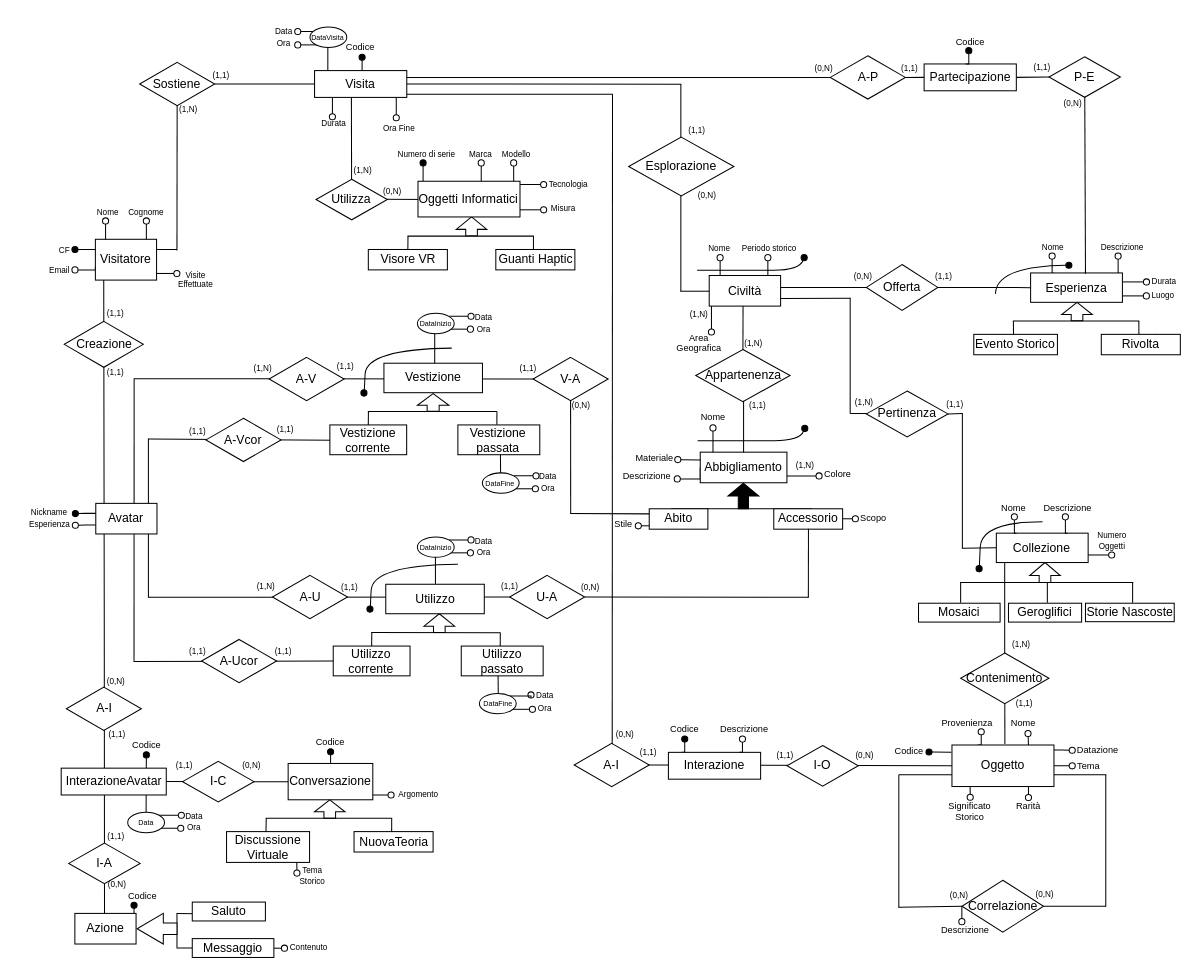
Above: WP1/ER.drawio in pnocerino/BasiDiDati (draw.io), before the change. Source tidied: cells renumbered, new cells numbered last; positions are measured from the earlier drawing's top-left corner, leaving out a move shared by most shapes. Both pictures are drawn from the tidied source at 102%, with x=0, y=0 at pixel (24, 21).
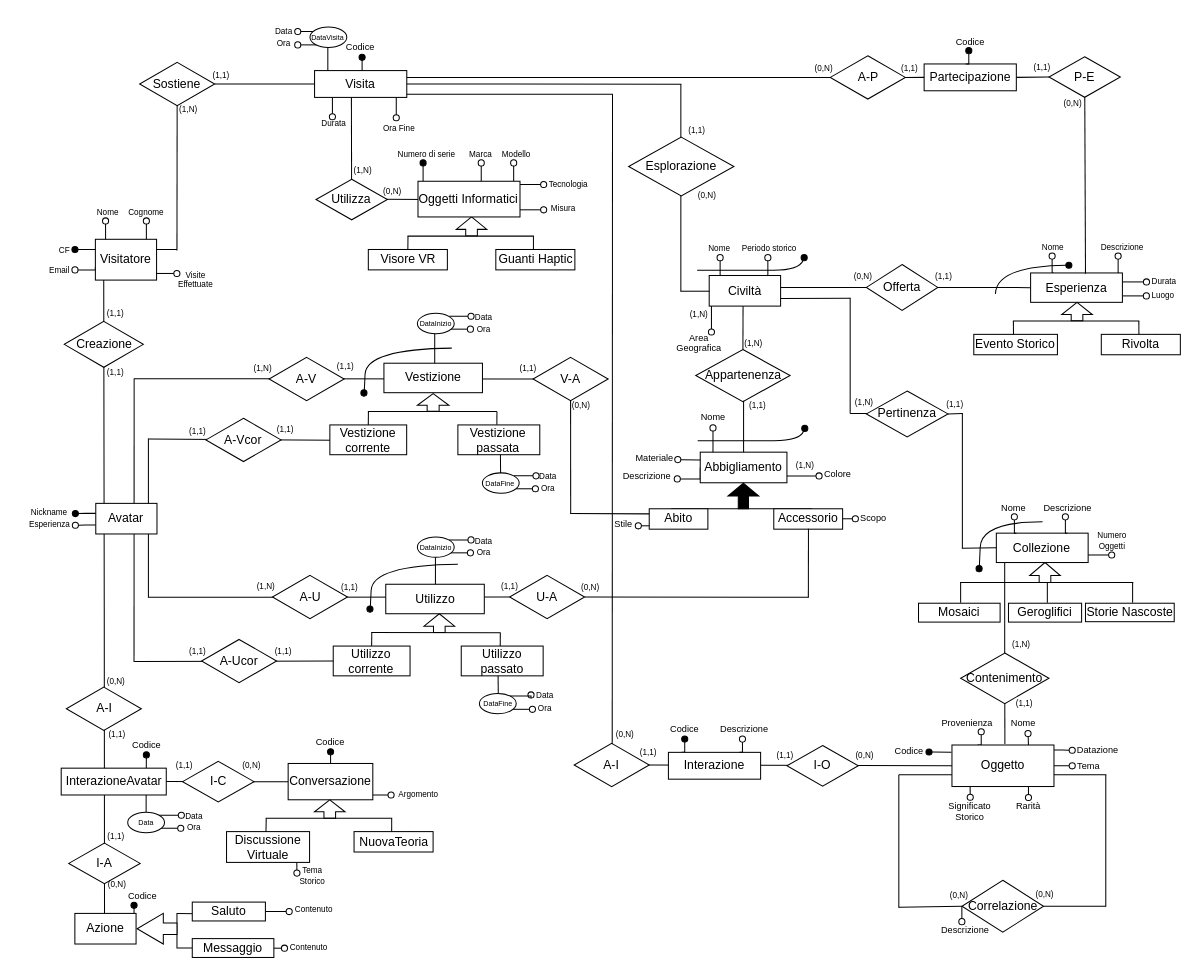
The same diagram, later.

The change refers to these unchanged cells:
```xml
<mxCell id="280" value="Saluto" style="whiteSpace=wrap;html=1;align=center;" parent="1" vertex="1">
  <mxGeometry x="164" y="862.9" width="71.7" height="18.5" as="geometry" />
</mxCell>
```

Diff of the diagram source:
```diff
@@
+    <mxCell id="330" style="edgeStyle=orthogonalEdgeStyle;rounded=0;jettySize=auto;html=1;exitX=1;exitY=0.5;exitDx=0;exitDy=0;endArrow=oval;endFill=0;" parent="1" edge="1" source="280">
+      <mxGeometry relative="1" as="geometry">
+        <mxPoint x="259" y="872.3" as="targetPoint" />
+      </mxGeometry>
+    </mxCell>
@@
+    <mxCell id="331" value="&lt;font style=&quot;font-size: 8px;&quot;&gt;Contenuto&lt;/font&gt;" style="text;html=1;align=center;verticalAlign=middle;whiteSpace=wrap;rounded=1;strokeColor=none;" parent="1" vertex="1">
+      <mxGeometry x="264.2" y="857.4" width="39" height="24" as="geometry" />
+    </mxCell>
```
